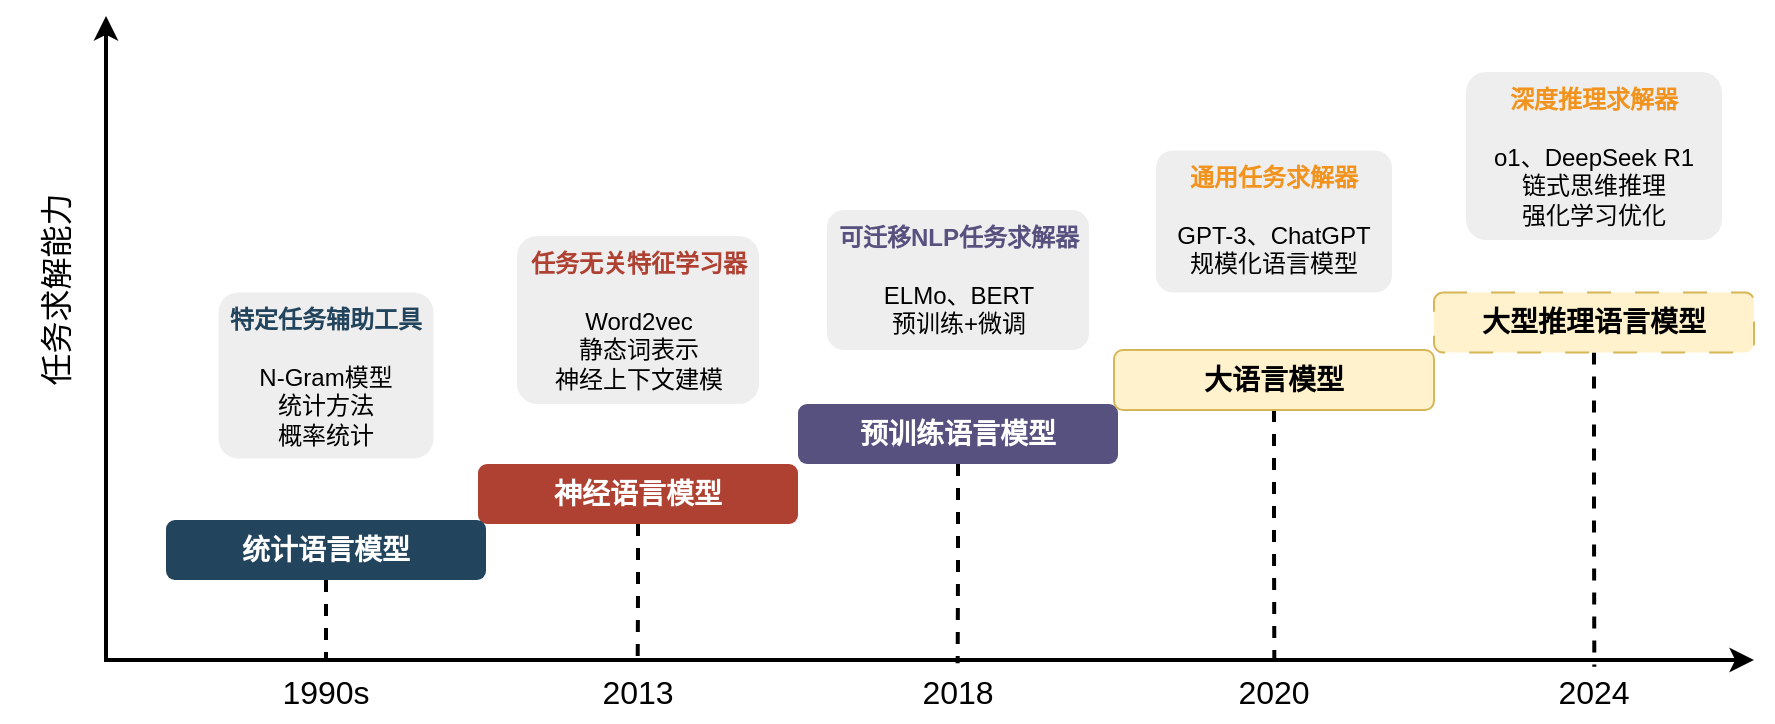
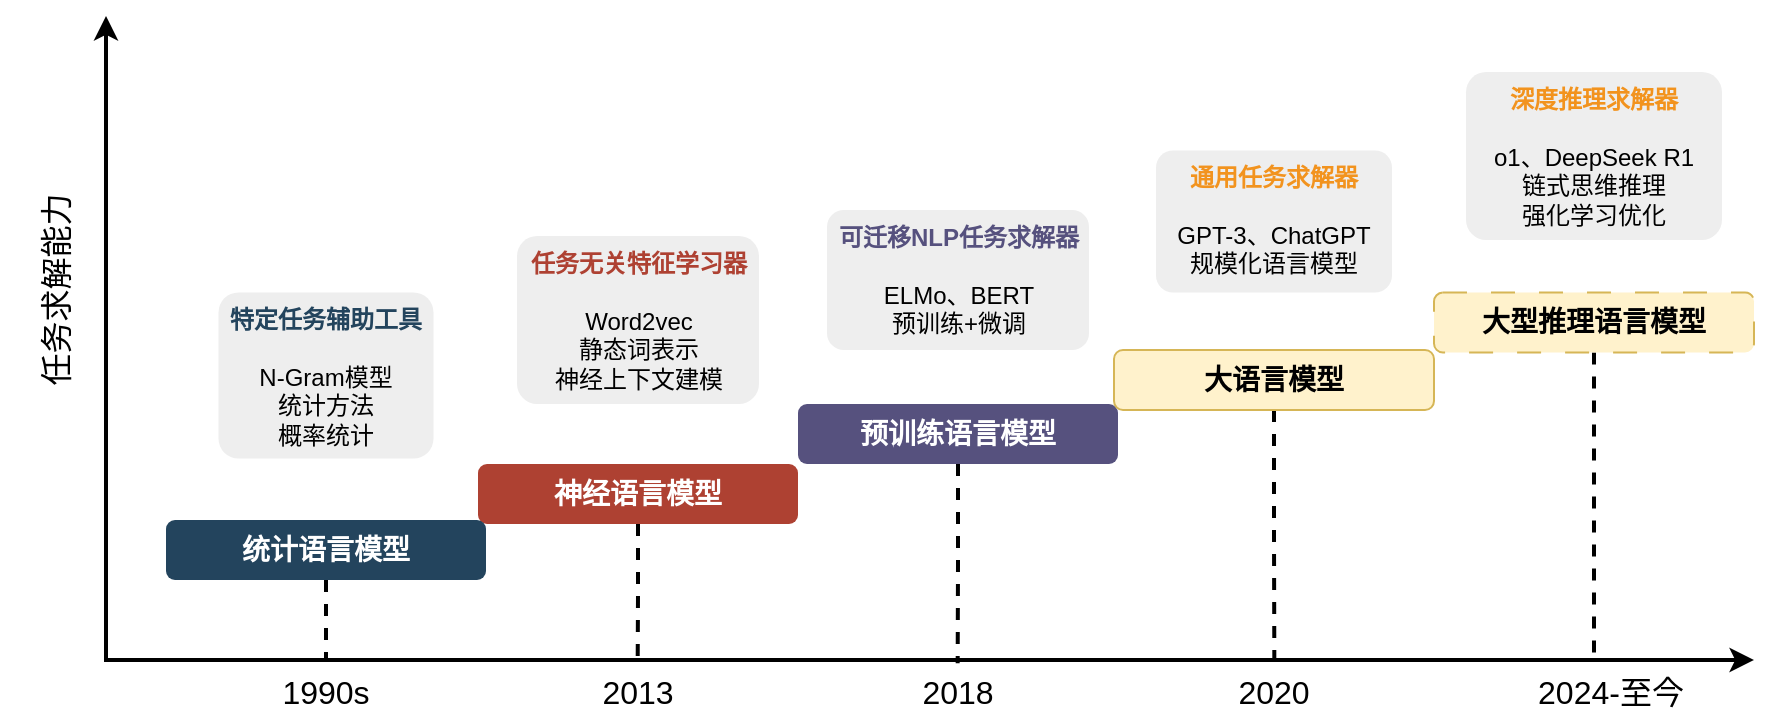
- <mxfile host="app.diagrams.net" agent="Mozilla/5.0 (Macintosh; Intel Mac OS X 10_15_7) AppleWebKit/537.36 (KHTML, like Gecko) Chrome/137.0.0.0 Safari/537.36" version="27.1.5">
+ <mxfile host="app.diagrams.net" agent="Mozilla/5.0 (Macintosh; Intel Mac OS X 10_15_7) AppleWebKit/537.36 (KHTML, like Gecko) Chrome/137.0.0.0 Safari/537.36">
  <diagram name="Page-1" id="hmE1q83r0tVEfqJWFLiJ">
-     <mxGraphModel dx="1428" dy="687" grid="0" gridSize="10" guides="1" tooltips="1" connect="1" arrows="1" fold="1" page="0" pageScale="1" pageWidth="850" pageHeight="1100" math="0" shadow="0">
+     <mxGraphModel dx="1622" dy="828" grid="0" gridSize="10" guides="1" tooltips="1" connect="1" arrows="1" fold="1" page="0" pageScale="1" pageWidth="850" pageHeight="1100" math="0" shadow="0">
      <root>
        <mxCell id="0" />
        <mxCell id="1" parent="0" />
-         <mxCell id="v-QcKY1cuWS6jphPdd-s-101" value="" style="endArrow=classic;html=1;rounded=0;strokeWidth=2;startArrow=none;startFill=0;endFill=1;" edge="1" parent="1">
-           <mxGeometry width="50" height="50" relative="1" as="geometry">
+         <mxCell id="v-QcKY1cuWS6jphPdd-s-101" edge="1" parent="1" style="endArrow=classic;html=1;rounded=0;strokeWidth=2;startArrow=none;startFill=0;endFill=1;" value="">
+           <mxGeometry height="50" relative="1" width="50" as="geometry">
            <mxPoint x="32" y="514" as="sourcePoint" />
            <mxPoint x="32" y="192" as="targetPoint" />
          </mxGeometry>
        </mxCell>
-         <mxCell id="v-QcKY1cuWS6jphPdd-s-102" value="" style="endArrow=classic;html=1;rounded=0;strokeWidth=2;endFill=1;" edge="1" parent="1">
-           <mxGeometry width="50" height="50" relative="1" as="geometry">
+         <mxCell id="v-QcKY1cuWS6jphPdd-s-102" edge="1" parent="1" style="endArrow=classic;html=1;rounded=0;strokeWidth=2;endFill=1;" value="">
+           <mxGeometry height="50" relative="1" width="50" as="geometry">
            <mxPoint x="31" y="514" as="sourcePoint" />
            <mxPoint x="856" y="514" as="targetPoint" />
          </mxGeometry>
        </mxCell>
-         <mxCell id="v-QcKY1cuWS6jphPdd-s-131" style="edgeStyle=orthogonalEdgeStyle;rounded=0;orthogonalLoop=1;jettySize=auto;html=1;exitX=0.5;exitY=1;exitDx=0;exitDy=0;endArrow=none;startFill=0;strokeWidth=2;dashed=1;" edge="1" parent="1" source="v-QcKY1cuWS6jphPdd-s-112">
+         <mxCell id="v-QcKY1cuWS6jphPdd-s-131" edge="1" parent="1" source="v-QcKY1cuWS6jphPdd-s-112" style="edgeStyle=orthogonalEdgeStyle;rounded=0;orthogonalLoop=1;jettySize=auto;html=1;exitX=0.5;exitY=1;exitDx=0;exitDy=0;endArrow=none;startFill=0;strokeWidth=2;dashed=1;">
          <mxGeometry relative="1" as="geometry">
-             <mxPoint x="776.1666666666667" y="517.3333333333335" as="targetPoint" />
+             <mxPoint x="776" y="512" as="targetPoint" />
          </mxGeometry>
        </mxCell>
-         <mxCell id="v-QcKY1cuWS6jphPdd-s-112" value="大型推理语言模型" style="fillColor=#fff2cc;strokecolor=none;rounded=1;strokeColor=#d6b656;fontStyle=1;fontSize=14;whiteSpace=wrap;html=1;dashed=1;dashPattern=12 12;" vertex="1" parent="1">
-           <mxGeometry x="696" y="330.25" width="160" height="30" as="geometry" />
+         <mxCell id="v-QcKY1cuWS6jphPdd-s-112" parent="1" style="fillColor=#fff2cc;strokecolor=none;rounded=1;strokeColor=#d6b656;fontStyle=1;fontSize=14;whiteSpace=wrap;html=1;dashed=1;dashPattern=12 12;" value="大型推理语言模型" vertex="1">
+           <mxGeometry height="30" width="160" x="696" y="330.25" as="geometry" />
        </mxCell>
-         <mxCell id="v-QcKY1cuWS6jphPdd-s-134" style="edgeStyle=orthogonalEdgeStyle;rounded=0;orthogonalLoop=1;jettySize=auto;html=1;exitX=0.5;exitY=1;exitDx=0;exitDy=0;endArrow=none;startFill=0;strokeWidth=2;dashed=1;" edge="1" parent="1" source="v-QcKY1cuWS6jphPdd-s-114">
+         <mxCell id="v-QcKY1cuWS6jphPdd-s-134" edge="1" parent="1" source="v-QcKY1cuWS6jphPdd-s-114" style="edgeStyle=orthogonalEdgeStyle;rounded=0;orthogonalLoop=1;jettySize=auto;html=1;exitX=0.5;exitY=1;exitDx=0;exitDy=0;endArrow=none;startFill=0;strokeWidth=2;dashed=1;">
          <mxGeometry relative="1" as="geometry">
            <mxPoint x="297.8333333333335" y="516.5" as="targetPoint" />
          </mxGeometry>
        </mxCell>
-         <mxCell id="v-QcKY1cuWS6jphPdd-s-114" value="神经语言模型" style="fillColor=#AE4132;strokecolor=none;rounded=1;fontColor=#FFFFFF;strokeColor=none;fontStyle=1;fontSize=14;whiteSpace=wrap;html=1;" vertex="1" parent="1">
-           <mxGeometry x="218" y="416" width="160" height="30" as="geometry" />
+         <mxCell id="v-QcKY1cuWS6jphPdd-s-114" parent="1" style="fillColor=#AE4132;strokecolor=none;rounded=1;fontColor=#FFFFFF;strokeColor=none;fontStyle=1;fontSize=14;whiteSpace=wrap;html=1;" value="神经语言模型" vertex="1">
+           <mxGeometry height="30" width="160" x="218" y="416" as="geometry" />
        </mxCell>
-         <mxCell id="v-QcKY1cuWS6jphPdd-s-135" style="edgeStyle=orthogonalEdgeStyle;rounded=0;orthogonalLoop=1;jettySize=auto;html=1;exitX=0.5;exitY=1;exitDx=0;exitDy=0;entryX=0.5;entryY=0;entryDx=0;entryDy=0;dashed=1;strokeWidth=2;endArrow=none;startFill=0;" edge="1" parent="1" source="v-QcKY1cuWS6jphPdd-s-115" target="v-QcKY1cuWS6jphPdd-s-124">
+         <mxCell id="v-QcKY1cuWS6jphPdd-s-135" edge="1" parent="1" source="v-QcKY1cuWS6jphPdd-s-115" style="edgeStyle=orthogonalEdgeStyle;rounded=0;orthogonalLoop=1;jettySize=auto;html=1;exitX=0.5;exitY=1;exitDx=0;exitDy=0;entryX=0.5;entryY=0;entryDx=0;entryDy=0;dashed=1;strokeWidth=2;endArrow=none;startFill=0;" target="v-QcKY1cuWS6jphPdd-s-124">
          <mxGeometry relative="1" as="geometry" />
        </mxCell>
-         <mxCell id="v-QcKY1cuWS6jphPdd-s-115" value="统计语言模型" style="fillColor=#23445D;strokecolor=none;rounded=1;fontColor=#FFFFFF;strokeColor=none;fontStyle=1;fontSize=14;whiteSpace=wrap;html=1;" vertex="1" parent="1">
-           <mxGeometry x="62" y="444" width="160" height="30" as="geometry" />
+         <mxCell id="v-QcKY1cuWS6jphPdd-s-115" parent="1" style="fillColor=#23445D;strokecolor=none;rounded=1;fontColor=#FFFFFF;strokeColor=none;fontStyle=1;fontSize=14;whiteSpace=wrap;html=1;" value="统计语言模型" vertex="1">
+           <mxGeometry height="30" width="160" x="62" y="444" as="geometry" />
        </mxCell>
-         <mxCell id="v-QcKY1cuWS6jphPdd-s-133" style="edgeStyle=orthogonalEdgeStyle;rounded=0;orthogonalLoop=1;jettySize=auto;html=1;exitX=0.5;exitY=1;exitDx=0;exitDy=0;strokeWidth=2;endArrow=none;startFill=0;dashed=1;" edge="1" parent="1" source="v-QcKY1cuWS6jphPdd-s-117">
+         <mxCell id="v-QcKY1cuWS6jphPdd-s-133" edge="1" parent="1" source="v-QcKY1cuWS6jphPdd-s-117" style="edgeStyle=orthogonalEdgeStyle;rounded=0;orthogonalLoop=1;jettySize=auto;html=1;exitX=0.5;exitY=1;exitDx=0;exitDy=0;strokeWidth=2;endArrow=none;startFill=0;dashed=1;">
          <mxGeometry relative="1" as="geometry">
            <mxPoint x="457.8333333333335" y="515.6666666666667" as="targetPoint" />
          </mxGeometry>
        </mxCell>
-         <mxCell id="v-QcKY1cuWS6jphPdd-s-117" value="预训练语言模型" style="fillColor=#56517E;strokecolor=none;rounded=1;fontColor=#FFFFFF;strokeColor=none;fontStyle=1;fontSize=14;whiteSpace=wrap;html=1;" vertex="1" parent="1">
-           <mxGeometry x="378" y="386" width="160" height="30" as="geometry" />
+         <mxCell id="v-QcKY1cuWS6jphPdd-s-117" parent="1" style="fillColor=#56517E;strokecolor=none;rounded=1;fontColor=#FFFFFF;strokeColor=none;fontStyle=1;fontSize=14;whiteSpace=wrap;html=1;" value="预训练语言模型" vertex="1">
+           <mxGeometry height="30" width="160" x="378" y="386" as="geometry" />
        </mxCell>
-         <mxCell id="v-QcKY1cuWS6jphPdd-s-119" value="&lt;font&gt;&lt;font color=&quot;#f2931e&quot;&gt;&lt;b&gt;通用任务求解器&lt;/b&gt;&lt;/font&gt;&lt;br&gt;&lt;br&gt;GPT-3、ChatGPT&lt;/font&gt;&lt;div&gt;&lt;font&gt;规模化语言模型&lt;/font&gt;&lt;/div&gt;" style="rounded=1;strokeColor=none;fillColor=#EEEEEE;align=center;arcSize=12;verticalAlign=top;whiteSpace=wrap;html=1;fontSize=12;" vertex="1" parent="1">
-           <mxGeometry x="557" y="259.25" width="118" height="71" as="geometry" />
+         <mxCell id="v-QcKY1cuWS6jphPdd-s-119" parent="1" style="rounded=1;strokeColor=none;fillColor=#EEEEEE;align=center;arcSize=12;verticalAlign=top;whiteSpace=wrap;html=1;fontSize=12;" value="&lt;font&gt;&lt;font color=&quot;#f2931e&quot;&gt;&lt;b&gt;通用任务求解器&lt;/b&gt;&lt;/font&gt;&lt;br&gt;&lt;br&gt;GPT-3、ChatGPT&lt;/font&gt;&lt;div&gt;&lt;font&gt;规模化语言模型&lt;/font&gt;&lt;/div&gt;" vertex="1">
+           <mxGeometry height="71" width="118" x="557" y="259.25" as="geometry" />
        </mxCell>
-         <mxCell id="v-QcKY1cuWS6jphPdd-s-120" value="&lt;font&gt;&lt;font color=&quot;#ae4132&quot;&gt;&lt;b&gt;任务无关特征学习器&lt;/b&gt;&lt;/font&gt;&lt;br&gt;&lt;br&gt;Word2vec&lt;/font&gt;&lt;div&gt;&lt;font&gt;静态词表示&lt;/font&gt;&lt;/div&gt;&lt;div&gt;&lt;font&gt;神经上下文建模&lt;/font&gt;&lt;/div&gt;" style="rounded=1;strokeColor=none;fillColor=#EEEEEE;align=center;arcSize=12;verticalAlign=top;whiteSpace=wrap;html=1;fontSize=12;" vertex="1" parent="1">
-           <mxGeometry x="237.5" y="302" width="121" height="84" as="geometry" />
+         <mxCell id="v-QcKY1cuWS6jphPdd-s-120" parent="1" style="rounded=1;strokeColor=none;fillColor=#EEEEEE;align=center;arcSize=12;verticalAlign=top;whiteSpace=wrap;html=1;fontSize=12;" value="&lt;font&gt;&lt;font color=&quot;#ae4132&quot;&gt;&lt;b&gt;任务无关特征学习器&lt;/b&gt;&lt;/font&gt;&lt;br&gt;&lt;br&gt;Word2vec&lt;/font&gt;&lt;div&gt;&lt;font&gt;静态词表示&lt;/font&gt;&lt;/div&gt;&lt;div&gt;&lt;font&gt;神经上下文建模&lt;/font&gt;&lt;/div&gt;" vertex="1">
+           <mxGeometry height="84" width="121" x="237.5" y="302" as="geometry" />
        </mxCell>
-         <mxCell id="v-QcKY1cuWS6jphPdd-s-121" value="&lt;font&gt;&lt;font color=&quot;#23445d&quot;&gt;&lt;b style=&quot;&quot;&gt;特定任务辅助工具&lt;/b&gt;&lt;/font&gt;&lt;br&gt;&lt;br&gt;N-Gram模型&lt;/font&gt;&lt;div&gt;&lt;font&gt;统计方法&lt;/font&gt;&lt;/div&gt;&lt;div&gt;&lt;font&gt;概率统计&lt;/font&gt;&lt;/div&gt;" style="rounded=1;strokeColor=none;fillColor=#EEEEEE;align=center;arcSize=12;verticalAlign=top;whiteSpace=wrap;html=1;fontSize=12;" vertex="1" parent="1">
-           <mxGeometry x="88.25" y="330.25" width="107.5" height="83" as="geometry" />
+         <mxCell id="v-QcKY1cuWS6jphPdd-s-121" parent="1" style="rounded=1;strokeColor=none;fillColor=#EEEEEE;align=center;arcSize=12;verticalAlign=top;whiteSpace=wrap;html=1;fontSize=12;" value="&lt;font&gt;&lt;font color=&quot;#23445d&quot;&gt;&lt;b style=&quot;&quot;&gt;特定任务辅助工具&lt;/b&gt;&lt;/font&gt;&lt;br&gt;&lt;br&gt;N-Gram模型&lt;/font&gt;&lt;div&gt;&lt;font&gt;统计方法&lt;/font&gt;&lt;/div&gt;&lt;div&gt;&lt;font&gt;概率统计&lt;/font&gt;&lt;/div&gt;" vertex="1">
+           <mxGeometry height="83" width="107.5" x="88.25" y="330.25" as="geometry" />
        </mxCell>
-         <mxCell id="v-QcKY1cuWS6jphPdd-s-123" value="&lt;font&gt;&lt;font color=&quot;#56517e&quot;&gt;&lt;b&gt;可迁移NLP任务求解器&lt;/b&gt;&lt;/font&gt;&lt;br&gt;&lt;br&gt;ELMo、BERT&lt;/font&gt;&lt;div&gt;&lt;font&gt;预训练+微调&lt;/font&gt;&lt;/div&gt;" style="rounded=1;strokeColor=none;fillColor=#EEEEEE;align=center;arcSize=12;verticalAlign=top;whiteSpace=wrap;html=1;fontSize=12;" vertex="1" parent="1">
-           <mxGeometry x="392.5" y="289" width="131" height="70" as="geometry" />
+         <mxCell id="v-QcKY1cuWS6jphPdd-s-123" parent="1" style="rounded=1;strokeColor=none;fillColor=#EEEEEE;align=center;arcSize=12;verticalAlign=top;whiteSpace=wrap;html=1;fontSize=12;" value="&lt;font&gt;&lt;font color=&quot;#56517e&quot;&gt;&lt;b&gt;可迁移NLP任务求解器&lt;/b&gt;&lt;/font&gt;&lt;br&gt;&lt;br&gt;ELMo、BERT&lt;/font&gt;&lt;div&gt;&lt;font&gt;预训练+微调&lt;/font&gt;&lt;/div&gt;" vertex="1">
+           <mxGeometry height="70" width="131" x="392.5" y="289" as="geometry" />
        </mxCell>
-         <mxCell id="v-QcKY1cuWS6jphPdd-s-124" value="&lt;font style=&quot;font-size: 16px;&quot;&gt;1990s&lt;/font&gt;" style="text;html=1;align=center;verticalAlign=middle;whiteSpace=wrap;rounded=0;" vertex="1" parent="1">
-           <mxGeometry x="112" y="515" width="60" height="30" as="geometry" />
+         <mxCell id="v-QcKY1cuWS6jphPdd-s-124" parent="1" style="text;html=1;align=center;verticalAlign=middle;whiteSpace=wrap;rounded=0;" value="&lt;font style=&quot;font-size: 16px;&quot;&gt;1990s&lt;/font&gt;" vertex="1">
+           <mxGeometry height="30" width="60" x="112" y="515" as="geometry" />
        </mxCell>
-         <mxCell id="v-QcKY1cuWS6jphPdd-s-125" value="&lt;font style=&quot;font-size: 16px;&quot;&gt;2013&lt;/font&gt;" style="text;html=1;align=center;verticalAlign=middle;whiteSpace=wrap;rounded=0;" vertex="1" parent="1">
-           <mxGeometry x="268" y="515" width="60" height="30" as="geometry" />
+         <mxCell id="v-QcKY1cuWS6jphPdd-s-125" parent="1" style="text;html=1;align=center;verticalAlign=middle;whiteSpace=wrap;rounded=0;" value="&lt;font style=&quot;font-size: 16px;&quot;&gt;2013&lt;/font&gt;" vertex="1">
+           <mxGeometry height="30" width="60" x="268" y="515" as="geometry" />
        </mxCell>
-         <mxCell id="v-QcKY1cuWS6jphPdd-s-126" value="&lt;font style=&quot;font-size: 16px;&quot;&gt;2018&lt;/font&gt;" style="text;html=1;align=center;verticalAlign=middle;whiteSpace=wrap;rounded=0;" vertex="1" parent="1">
-           <mxGeometry x="428" y="515" width="60" height="30" as="geometry" />
+         <mxCell id="v-QcKY1cuWS6jphPdd-s-126" parent="1" style="text;html=1;align=center;verticalAlign=middle;whiteSpace=wrap;rounded=0;" value="&lt;font style=&quot;font-size: 16px;&quot;&gt;2018&lt;/font&gt;" vertex="1">
+           <mxGeometry height="30" width="60" x="428" y="515" as="geometry" />
        </mxCell>
-         <mxCell id="v-QcKY1cuWS6jphPdd-s-127" value="&lt;font style=&quot;font-size: 16px;&quot;&gt;2020&lt;/font&gt;" style="text;html=1;align=center;verticalAlign=middle;whiteSpace=wrap;rounded=0;" vertex="1" parent="1">
-           <mxGeometry x="586" y="515" width="60" height="30" as="geometry" />
+         <mxCell id="v-QcKY1cuWS6jphPdd-s-127" parent="1" style="text;html=1;align=center;verticalAlign=middle;whiteSpace=wrap;rounded=0;" value="&lt;font style=&quot;font-size: 16px;&quot;&gt;2020&lt;/font&gt;" vertex="1">
+           <mxGeometry height="30" width="60" x="586" y="515" as="geometry" />
        </mxCell>
-         <mxCell id="v-QcKY1cuWS6jphPdd-s-128" value="&lt;font style=&quot;font-size: 16px;&quot;&gt;2024&lt;/font&gt;" style="text;html=1;align=center;verticalAlign=middle;whiteSpace=wrap;rounded=0;" vertex="1" parent="1">
-           <mxGeometry x="746" y="515" width="60" height="30" as="geometry" />
+         <mxCell id="v-QcKY1cuWS6jphPdd-s-128" parent="1" style="text;html=1;align=center;verticalAlign=middle;whiteSpace=wrap;rounded=0;" value="&lt;font style=&quot;font-size: 16px;&quot;&gt;2024-至今&lt;/font&gt;" vertex="1">
+           <mxGeometry height="30" width="77" x="746" y="515" as="geometry" />
        </mxCell>
-         <mxCell id="v-QcKY1cuWS6jphPdd-s-132" style="edgeStyle=orthogonalEdgeStyle;rounded=0;orthogonalLoop=1;jettySize=auto;html=1;exitX=0.5;exitY=1;exitDx=0;exitDy=0;strokeWidth=2;endArrow=none;startFill=0;dashed=1;" edge="1" parent="1" source="v-QcKY1cuWS6jphPdd-s-129">
+         <mxCell id="v-QcKY1cuWS6jphPdd-s-132" edge="1" parent="1" source="v-QcKY1cuWS6jphPdd-s-129" style="edgeStyle=orthogonalEdgeStyle;rounded=0;orthogonalLoop=1;jettySize=auto;html=1;exitX=0.5;exitY=1;exitDx=0;exitDy=0;strokeWidth=2;endArrow=none;startFill=0;dashed=1;">
          <mxGeometry relative="1" as="geometry">
            <mxPoint x="616.1666666666667" y="513.1666666666667" as="targetPoint" />
          </mxGeometry>
        </mxCell>
-         <mxCell id="v-QcKY1cuWS6jphPdd-s-129" value="大语言模型" style="fillColor=#fff2cc;strokecolor=none;rounded=1;strokeColor=#d6b656;fontStyle=1;fontSize=14;whiteSpace=wrap;html=1;" vertex="1" parent="1">
-           <mxGeometry x="536" y="359" width="160" height="30" as="geometry" />
+         <mxCell id="v-QcKY1cuWS6jphPdd-s-129" parent="1" style="fillColor=#fff2cc;strokecolor=none;rounded=1;strokeColor=#d6b656;fontStyle=1;fontSize=14;whiteSpace=wrap;html=1;" value="大语言模型" vertex="1">
+           <mxGeometry height="30" width="160" x="536" y="359" as="geometry" />
        </mxCell>
-         <mxCell id="v-QcKY1cuWS6jphPdd-s-136" value="&lt;font&gt;&lt;font color=&quot;#f2931e&quot;&gt;&lt;b&gt;深度推理求解器&lt;/b&gt;&lt;/font&gt;&lt;br&gt;&lt;br&gt;o1、DeepSeek R1&lt;br&gt;&lt;/font&gt;&lt;div&gt;链式思维推理&lt;/div&gt;&lt;div&gt;强化学习优化&lt;/div&gt;" style="rounded=1;strokeColor=none;fillColor=#EEEEEE;align=center;arcSize=12;verticalAlign=top;whiteSpace=wrap;html=1;fontSize=12;" vertex="1" parent="1">
-           <mxGeometry x="712" y="220" width="128" height="84" as="geometry" />
+         <mxCell id="v-QcKY1cuWS6jphPdd-s-136" parent="1" style="rounded=1;strokeColor=none;fillColor=#EEEEEE;align=center;arcSize=12;verticalAlign=top;whiteSpace=wrap;html=1;fontSize=12;" value="&lt;font&gt;&lt;font color=&quot;#f2931e&quot;&gt;&lt;b&gt;深度推理求解器&lt;/b&gt;&lt;/font&gt;&lt;br&gt;&lt;br&gt;o1、DeepSeek R1&lt;br&gt;&lt;/font&gt;&lt;div&gt;链式思维推理&lt;/div&gt;&lt;div&gt;强化学习优化&lt;/div&gt;" vertex="1">
+           <mxGeometry height="84" width="128" x="712" y="220" as="geometry" />
        </mxCell>
-         <mxCell id="v-QcKY1cuWS6jphPdd-s-137" value="&lt;font style=&quot;font-size: 16px;&quot;&gt;任务求解能力&lt;/font&gt;" style="text;html=1;align=center;verticalAlign=middle;whiteSpace=wrap;rounded=0;rotation=-90;" vertex="1" parent="1">
-           <mxGeometry x="-54" y="302" width="121" height="53.5" as="geometry" />
+         <mxCell id="v-QcKY1cuWS6jphPdd-s-137" parent="1" style="text;html=1;align=center;verticalAlign=middle;whiteSpace=wrap;rounded=0;rotation=-90;" value="&lt;font style=&quot;font-size: 16px;&quot;&gt;任务求解能力&lt;/font&gt;" vertex="1">
+           <mxGeometry height="53.5" width="121" x="-54" y="302" as="geometry" />
        </mxCell>
      </root>
    </mxGraphModel>
  </diagram>
</mxfile>
